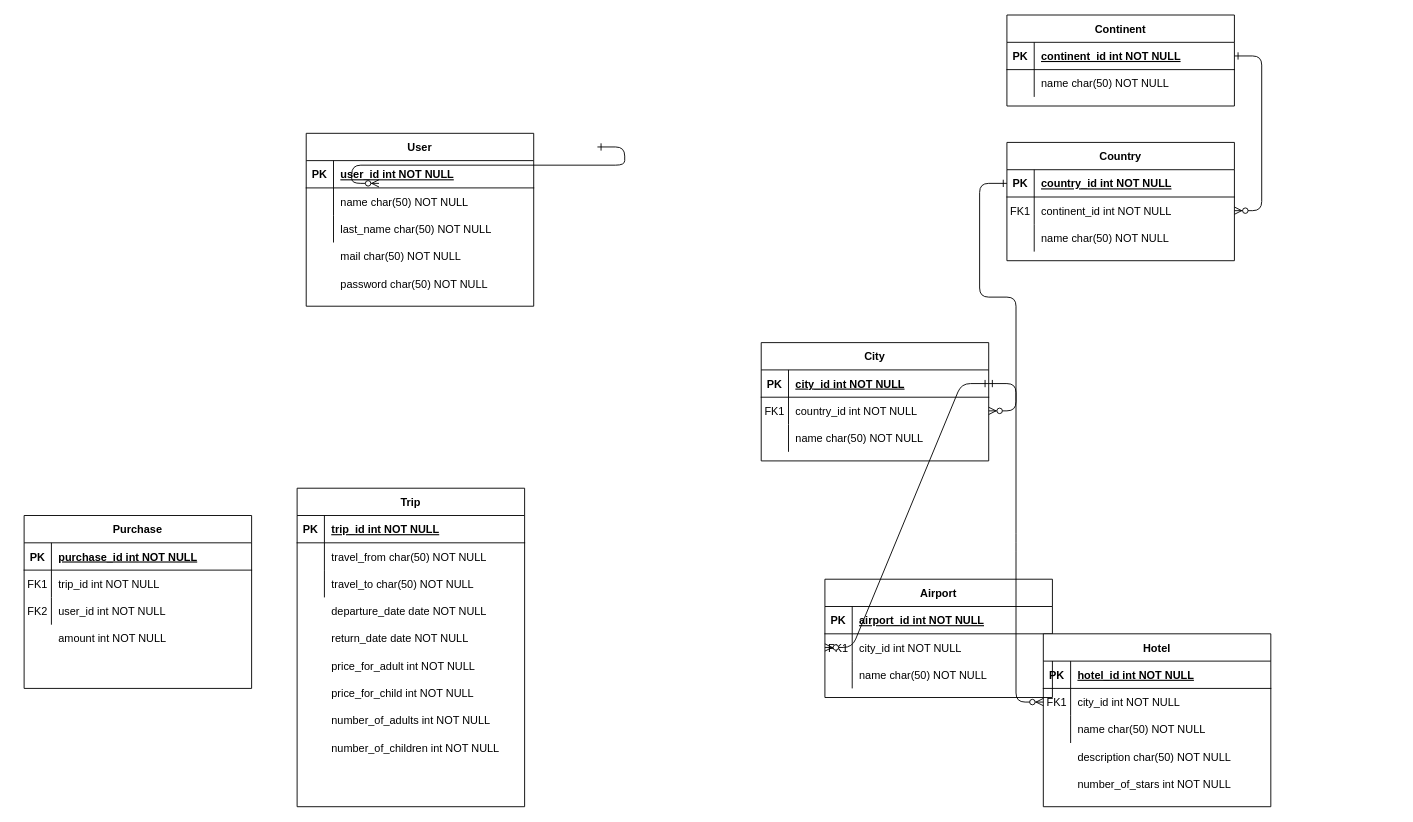
Before: Diagram bez tytułu.drawio in bartlomiej-druszcz/travel-office, a draw.io diagram. Source tidied: cells renumbered, new cells numbered last; positions are measured from the earlier drawing's top-left corner, leaving out a move shared by most shapes. Both pictures are drawn from the tidied source at 91%, with x=0, y=0 at pixel (24, 15).
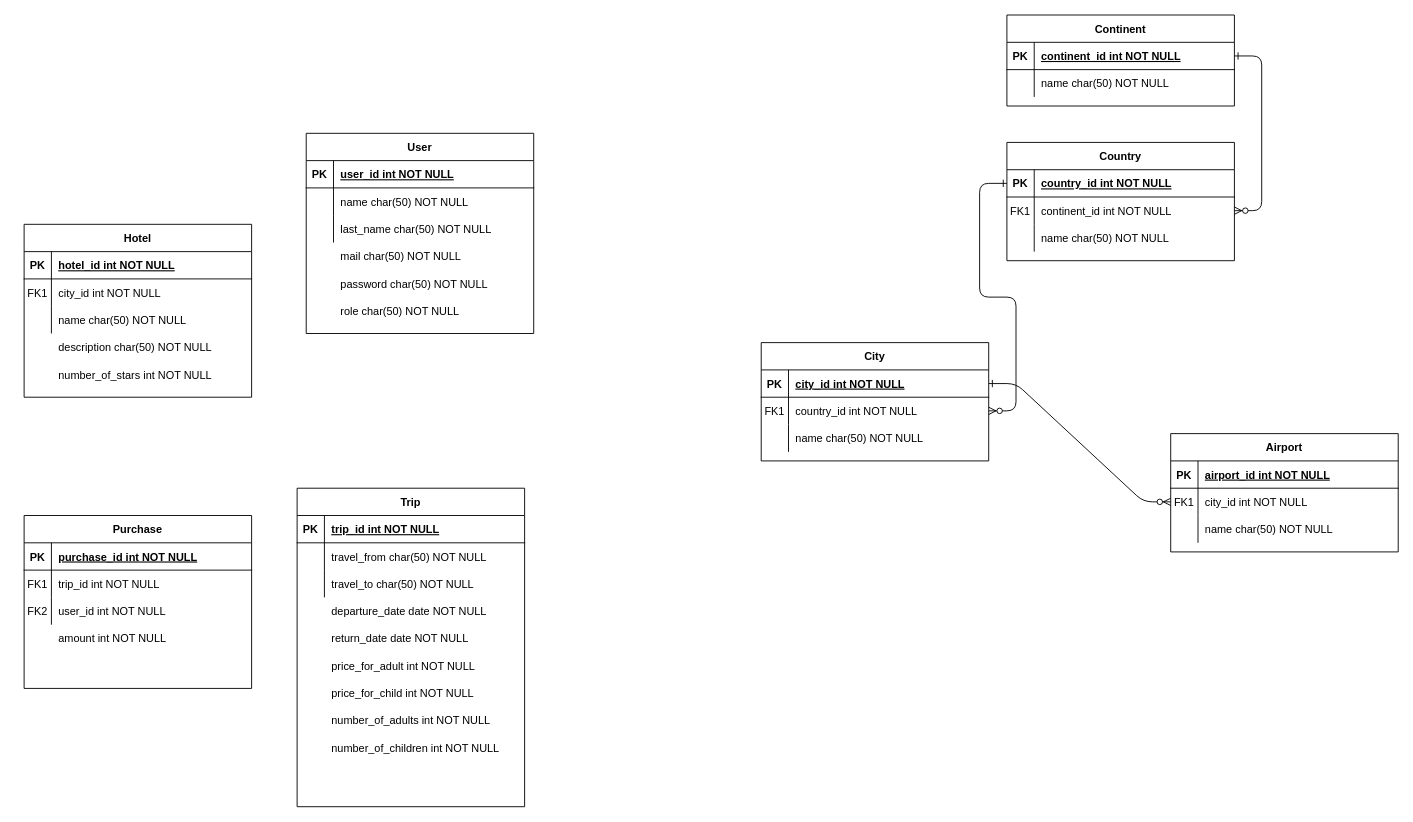
The same page after the edit.

The change refers to these unchanged cells:
```xml
<mxCell id="4" style="shape=partialRectangle;fillColor=none;points=[[0,0.5],[1,0.5]];portConstraint=eastwest;top=0;left=0;right=0;bottom=1;" parent="3" vertex="1">
  <mxGeometry y="30" width="250" height="30" as="geometry" />
</mxCell>
<mxCell id="58" style="shape=partialRectangle;fillColor=none;points=[[0,0.5],[1,0.5]];portConstraint=eastwest;top=0;left=0;right=0;bottom=0;" parent="54" vertex="1">
  <mxGeometry y="60" width="250" height="30" as="geometry" />
</mxCell>
```

Change to the diagram source:
```diff
@@
-    <mxCell id="2" style="edgeStyle=entityRelationEdgeStyle;endArrow=ERzeroToMany;startArrow=ERone;endFill=1;startFill=0;" parent="1" edge="1">
-      <mxGeometry relative="1" as="geometry">
-        <mxPoint x="630" y="145" as="sourcePoint" />
-        <mxPoint x="390" y="185" as="targetPoint" />
-      </mxGeometry>
-    </mxCell>
@@
     <mxCell id="30" value="Airport" style="shape=table;startSize=30;childLayout=tableLayout;rowLines=0;fontStyle=1;align=center;" parent="1" vertex="1">
-      <mxGeometry x="880" y="620" width="250" height="130" as="geometry" />
+      <mxGeometry x="1260" y="460" width="250" height="130" as="geometry" />
     </mxCell>
@@
     <mxCell id="50" style="shape=partialRectangle;overflow=hidden;fillColor=none;top=0;left=0;bottom=0;right=0;" parent="1" vertex="1">
-      <mxGeometry x="1110" y="790" width="30" height="30" as="geometry" />
+      <mxGeometry x="-10" y="340" width="30" height="30" as="geometry" />
     </mxCell>
     <mxCell id="51" value="description char(50) NOT NULL" style="shape=partialRectangle;overflow=hidden;fillColor=none;top=0;left=0;bottom=0;right=0;align=left;spacingLeft=6;" parent="1" vertex="1">
-      <mxGeometry x="1150" y="800" width="220" height="30" as="geometry" />
+      <mxGeometry x="30" y="350" width="220" height="30" as="geometry" />
     </mxCell>
     <mxCell id="52" style="shape=partialRectangle;overflow=hidden;fillColor=none;top=0;left=0;bottom=0;right=0;" parent="1" vertex="1">
-      <mxGeometry x="1110" y="820" width="30" height="30" as="geometry" />
+      <mxGeometry x="-10" y="370" width="30" height="30" as="geometry" />
     </mxCell>
     <mxCell id="53" value="number_of_stars int NOT NULL" style="shape=partialRectangle;overflow=hidden;fillColor=none;top=0;left=0;bottom=0;right=0;align=left;spacingLeft=6;" parent="1" vertex="1">
-      <mxGeometry x="1150" y="830" width="220" height="30" as="geometry" />
+      <mxGeometry x="30" y="380" width="220" height="30" as="geometry" />
     </mxCell>
     <mxCell id="54" value="Hotel" style="shape=table;startSize=30;childLayout=tableLayout;rowLines=0;fontStyle=1;align=center;" parent="1" vertex="1">
-      <mxGeometry x="1120" y="680" width="250" height="190" as="geometry" />
+      <mxGeometry y="230" width="250" height="190" as="geometry" />
     </mxCell>
@@
     <mxCell id="64" value="User" style="shape=table;startSize=30;childLayout=tableLayout;rowLines=0;fontStyle=1;align=center;" parent="1" vertex="1">
-      <mxGeometry x="310" y="130" width="250" height="190" as="geometry" />
+      <mxGeometry x="310" y="130" width="250" height="220" as="geometry" />
     </mxCell>
@@
-    <mxCell id="90" style="edgeStyle=entityRelationEdgeStyle;endArrow=ERzeroToMany;startArrow=ERone;endFill=1;startFill=0;exitX=1;exitY=0.5;exitDx=0;exitDy=0;entryX=0;entryY=0.5;entryDx=0;entryDy=0;" parent="1" edge="1" source="4" target="58">
-      <mxGeometry relative="1" as="geometry" />
-    </mxCell>
@@
+    <mxCell id="97" value="role char(50) NOT NULL" style="shape=partialRectangle;overflow=hidden;fillColor=none;top=0;left=0;bottom=0;right=0;align=left;spacingLeft=6;" parent="1" vertex="1">
+      <mxGeometry x="340" y="310" width="220" height="30" as="geometry" />
+    </mxCell>
```
